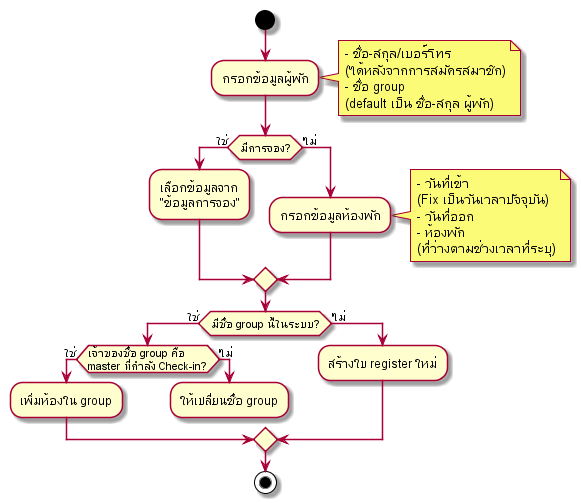
The PlantUML diagram out/activity-diagram/Check-in/Check-in/Check-in.png in cheat13/Prompiman_Diagram, before a commit.
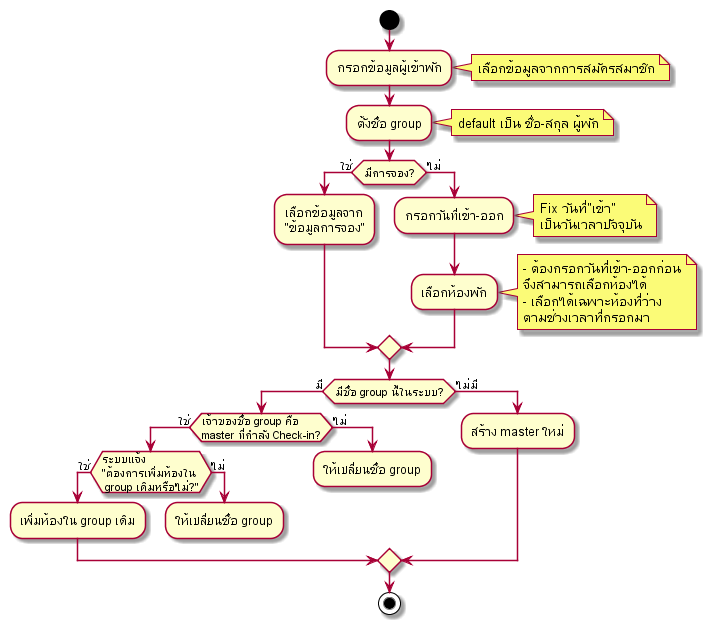
The same file after the commit.

Diff of the diagram source:
```diff
@@ -1,36 +1,45 @@
 @startuml
 start
 
-:กรอกข้อมูลผู้พัก;
-note right
-    - ชื่อ-สกุล/เบอร์โทร
-    (ได้หลังจากการสมัครสมาชิก)
-    - ชื่อ group
-    (default เป็น ชื่อ-สกุล ผู้พัก)
-end note
+:กรอกข้อมูลผู้เข้าพัก;
+note right: เลือกข้อมูลจากการสมัครสมาชิก
+
+:ตั้งชื่อ group;
+note right: default เป็น ชื่อ-สกุล ผู้พัก
 
 if (มีการจอง?) then (ใช่)
     :เลือกข้อมูลจาก\n"ข้อมูลการจอง";
 else (ไม่)
-    :กรอกข้อมูลห้องพัก;
+    :กรอกวันที่เข้า-ออก;
     note right
-        - วันที่เข้า
-        (Fix เป็นวันเวลาปัจจุบัน)
-        - วันที่ออก
-        - ห้องพัก
-        (ที่ว่างตามช่วงเวลาที่ระบุ)
-    end note
+        Fix วันที่"เข้า"
+        เป็นวันเวลาปัจจุบัน
+    endnote
+
+    :เลือกห้องพัก;
+    note right
+        - ต้องกรอกวันที่เข้า-ออกก่อน
+        จึงสามารถเลือกห้องได้
+        - เลือกได้เฉพาะห้องที่ว่าง
+        ตามช่วงเวลาที่กรอกมา
+    endnote
+
 endif
 
-if (มีชื่อ group นี้ในระบบ?) then (ใช่)
+if (มีชื่อ group นี้ในระบบ?) then (มี)
     if (เจ้าของชื่อ group คือ\nmaster ที่กำลัง Check-in?) then (ใช่)
-        :เพิ่มห้องใน group;
+        if (ระบบแจ้ง\n"ต้องการเพิ่มห้องใน\n group เดิมหรือไม่?") then (ใช่)
+        :เพิ่มห้องใน group เดิม;
+        else (ไม่)
+            :ให้เปลี่ยนชื่อ group;
+            detach
+        endif
     else (ไม่)
         :ให้เปลี่ยนชื่อ group;
         detach
     endif
-else (ไม่)
-    :สร้างใบ register ใหม่;
+else (ไม่มี)
+    :สร้าง master ใหม่;
 endif
 
 stop
```
